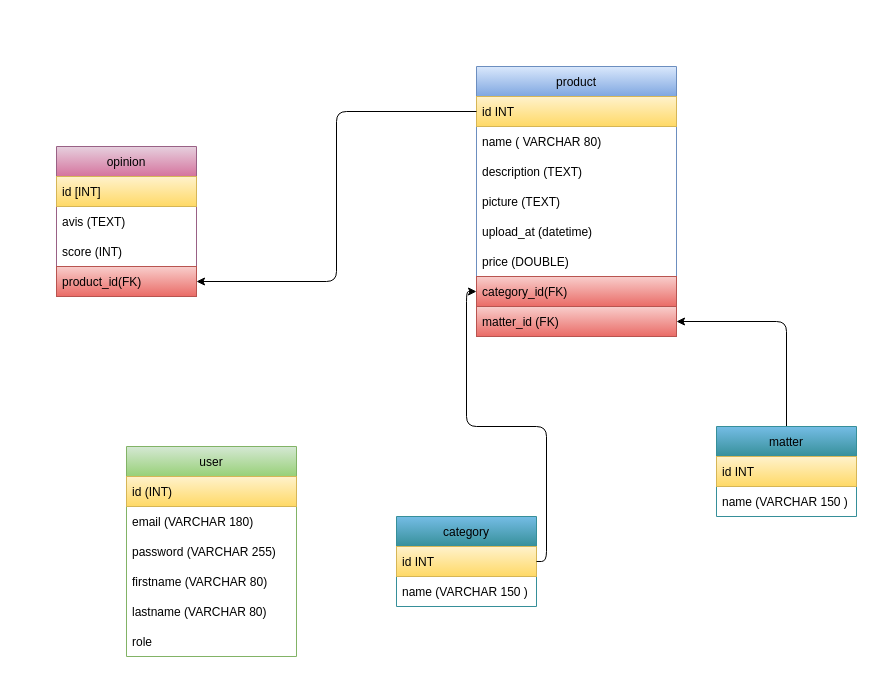
This is page "MCD" (2 of 2) of mstitchboutique.drawio from meganesmaili/msb, a draw.io file, before an edit. Source tidied: cells renumbered, new cells numbered last; positions are measured from the earlier drawing's top-left corner, leaving out a move shared by most shapes. Both pictures are drawn from the tidied source at 100%, with x=0, y=0 at pixel (56, 66).
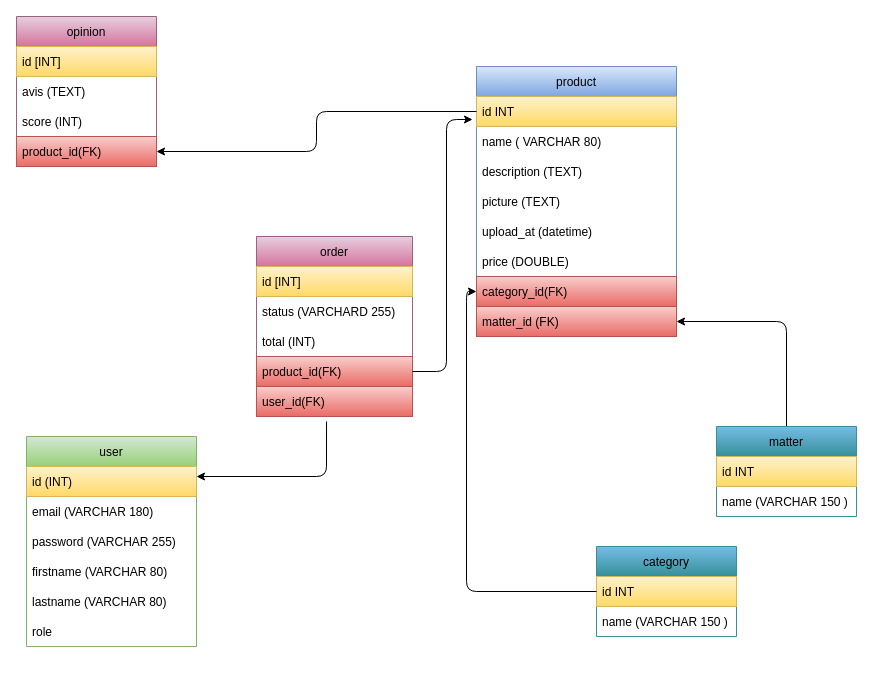
After the change.

Unchanged cells that the change refers to:
```xml
<mxCell id="3" value="id INT     " style="text;strokeColor=#d6b656;fillColor=#fff2cc;align=left;verticalAlign=middle;spacingLeft=4;spacingRight=4;overflow=hidden;points=[[0,0.5],[1,0.5]];portConstraint=eastwest;gradientColor=#ffd966;fontColor=#000000;" parent="2" vertex="1">
  <mxGeometry y="30" width="200" height="30" as="geometry" />
</mxCell>
```

Diff of the diagram source:
```diff
@@
     <mxCell id="15" value="category" style="swimlane;fontStyle=0;horizontal=1;startSize=30;fillColor=#75BDE6;strokeColor=#368F99;gradientColor=#368F99;fontColor=#000000;" parent="1" vertex="1">
-      <mxGeometry x="340" y="450" width="140" height="90" as="geometry" />
+      <mxGeometry x="540" y="480" width="140" height="90" as="geometry" />
     </mxCell>
@@
     <mxCell id="18" value="user" style="swimlane;fontStyle=0;horizontal=1;startSize=30;fillColor=#d5e8d4;gradientColor=#97d077;strokeColor=#82b366;fontColor=#000000;" parent="1" vertex="1">
-      <mxGeometry x="70" y="380" width="170" height="210" as="geometry" />
+      <mxGeometry x="-30" y="370" width="170" height="210" as="geometry" />
     </mxCell>
@@
     <mxCell id="25" value="opinion" style="swimlane;fontStyle=0;horizontal=1;startSize=30;fillColor=#e6d0de;gradientColor=#d5739d;strokeColor=#996185;fontColor=#000000;" parent="1" vertex="1">
-      <mxGeometry y="80" width="140" height="150" as="geometry" />
+      <mxGeometry x="-40" y="-50" width="140" height="150" as="geometry" />
     </mxCell>
@@
+    <mxCell id="32" style="edgeStyle=none;html=1;exitX=0.449;exitY=1.167;exitDx=0;exitDy=0;exitPerimeter=0;" parent="1" edge="1" source="38">
+      <mxGeometry relative="1" as="geometry">
+        <mxPoint x="140" y="410" as="targetPoint" />
+        <Array as="points">
+          <mxPoint x="270" y="410" />
+        </Array>
+      </mxGeometry>
+    </mxCell>
+    <mxCell id="33" value="order" style="swimlane;fontStyle=0;horizontal=1;startSize=30;fillColor=#e6d0de;gradientColor=#d5739d;strokeColor=#996185;fontColor=#000000;" parent="1" vertex="1">
+      <mxGeometry x="200" y="170" width="156" height="180" as="geometry" />
+    </mxCell>
+    <mxCell id="34" value="id [INT]" style="text;strokeColor=#d6b656;fillColor=#fff2cc;align=left;verticalAlign=middle;spacingLeft=4;spacingRight=4;overflow=hidden;gradientColor=#ffd966;fontColor=#000000;" parent="33" vertex="1">
+      <mxGeometry y="30" width="156" height="30" as="geometry" />
+    </mxCell>
+    <mxCell id="35" value="status (VARCHARD 255)" style="text;strokeColor=none;fillColor=none;align=left;verticalAlign=middle;spacingLeft=4;spacingRight=4;overflow=hidden;" parent="33" vertex="1">
+      <mxGeometry y="60" width="156" height="30" as="geometry" />
+    </mxCell>
+    <mxCell id="36" value="total (INT)" style="text;strokeColor=none;fillColor=none;align=left;verticalAlign=middle;spacingLeft=4;spacingRight=4;overflow=hidden;" parent="33" vertex="1">
+      <mxGeometry y="90" width="156" height="30" as="geometry" />
+    </mxCell>
+    <mxCell id="37" value="product_id(FK)" style="text;strokeColor=#b85450;fillColor=#f8cecc;align=left;verticalAlign=middle;spacingLeft=4;spacingRight=4;overflow=hidden;points=[[0,0.5],[1,0.5]];portConstraint=eastwest;gradientColor=#ea6b66;fontColor=#000000;" parent="33" vertex="1">
+      <mxGeometry y="120" width="156" height="30" as="geometry" />
+    </mxCell>
+    <mxCell id="38" value="user_id(FK)" style="text;strokeColor=#b85450;fillColor=#f8cecc;align=left;verticalAlign=middle;spacingLeft=4;spacingRight=4;overflow=hidden;points=[[0,0.5],[1,0.5]];portConstraint=eastwest;gradientColor=#ea6b66;fontColor=#000000;" parent="33" vertex="1">
+      <mxGeometry y="150" width="156" height="30" as="geometry" />
+    </mxCell>
+    <mxCell id="39" style="edgeStyle=none;html=1;entryX=-0.02;entryY=0.767;entryDx=0;entryDy=0;entryPerimeter=0;" parent="1" edge="1" source="37" target="3">
+      <mxGeometry relative="1" as="geometry">
+        <Array as="points">
+          <mxPoint x="390" y="305" />
+          <mxPoint x="390" y="53" />
+        </Array>
+      </mxGeometry>
+    </mxCell>
```
